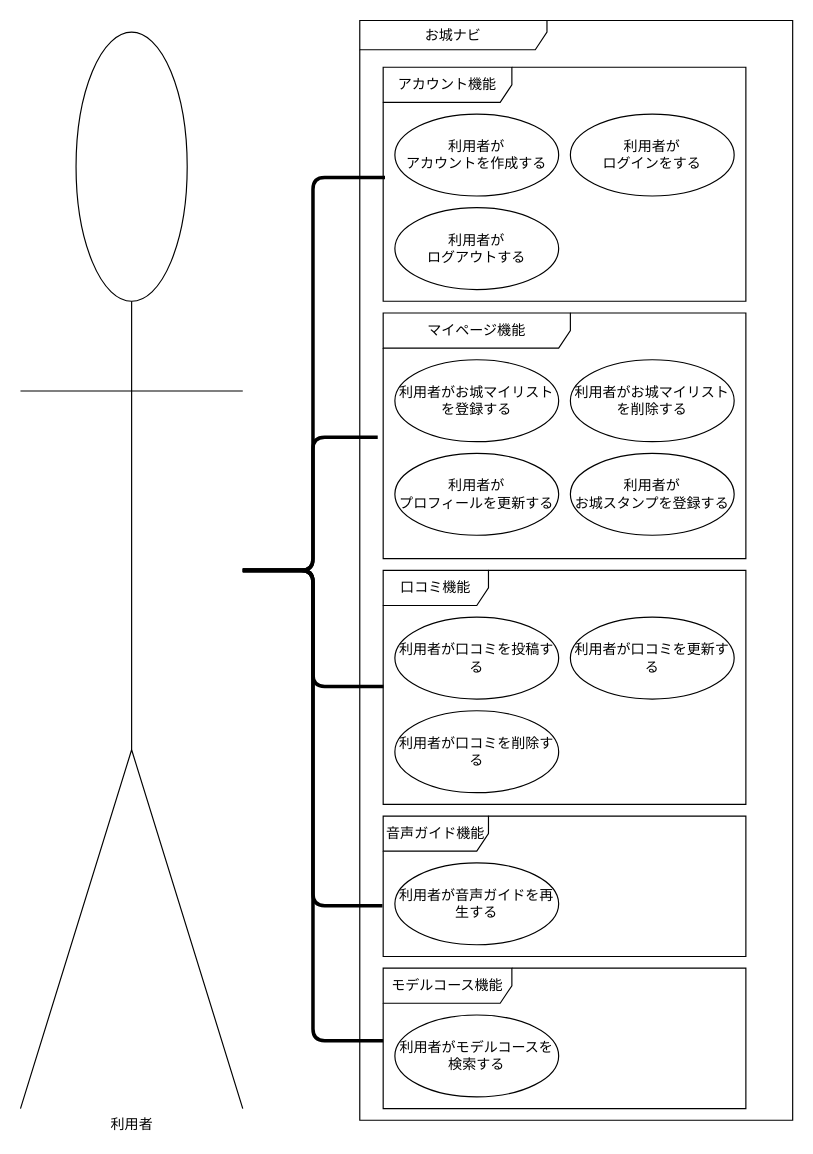
The draw.io diagram page "ユースケース図_利用者" (3 of 4) of お城/お城/設計書/お城.drawio in K-Rinrin/GroupE, before the edit. Source tidied: cells renumbered, new cells numbered last; positions are measured from the earlier drawing's top-left corner, leaving out a move shared by most shapes. Both pictures are drawn from the tidied source at 117%, with x=0, y=0 at pixel (20, 20).
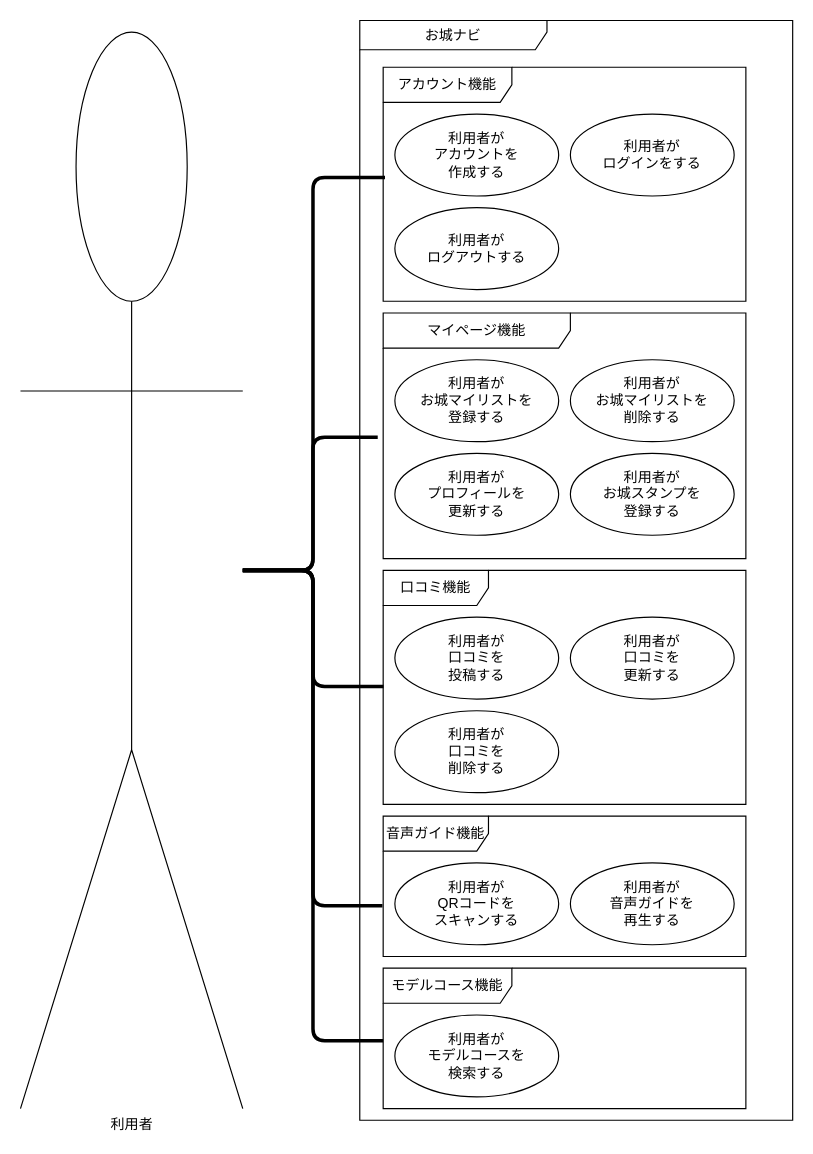
Above is the later version.

Diff of the diagram source:
```diff
@@
-    <mxCell id="4" value="利用者が&lt;br&gt;アカウントを作成する" style="ellipse;whiteSpace=wrap;html=1;" parent="1" vertex="1">
+    <mxCell id="4" value="利用者が&lt;br&gt;アカウントを&lt;br&gt;作成する" style="ellipse;whiteSpace=wrap;html=1;" parent="1" vertex="1">
       <mxGeometry x="320" y="80" width="140" height="70" as="geometry" />
     </mxCell>
@@
-    <mxCell id="8" value="利用者がお城マイリストを登録する" style="ellipse;whiteSpace=wrap;html=1;" parent="1" vertex="1">
+    <mxCell id="8" value="利用者が&lt;br&gt;お城マイリストを&lt;br&gt;登録する" style="ellipse;whiteSpace=wrap;html=1;" parent="1" vertex="1">
       <mxGeometry x="320" y="290" width="140" height="70" as="geometry" />
     </mxCell>
-    <mxCell id="9" value="&lt;span style=&quot;color: rgb(0, 0, 0);&quot;&gt;利用者がお城マイリストを削除&lt;/span&gt;&lt;span style=&quot;color: rgb(0, 0, 0); background-color: transparent;&quot;&gt;する&lt;/span&gt;" style="ellipse;whiteSpace=wrap;html=1;" parent="1" vertex="1">
+    <mxCell id="9" value="&lt;span style=&quot;color: rgb(0, 0, 0);&quot;&gt;利用者が&lt;br&gt;お城マイリストを&lt;br&gt;削除&lt;/span&gt;&lt;span style=&quot;color: rgb(0, 0, 0); background-color: transparent;&quot;&gt;する&lt;/span&gt;" style="ellipse;whiteSpace=wrap;html=1;" parent="1" vertex="1">
       <mxGeometry x="470" y="290" width="140" height="70" as="geometry" />
     </mxCell>
@@
-    <mxCell id="11" value="利用者が口コミを投稿する" style="ellipse;whiteSpace=wrap;html=1;" parent="1" vertex="1">
+    <mxCell id="11" value="利用者が&lt;br&gt;口コミを&lt;br&gt;投稿する" style="ellipse;whiteSpace=wrap;html=1;" parent="1" vertex="1">
       <mxGeometry x="320" y="510" width="140" height="70" as="geometry" />
     </mxCell>
-    <mxCell id="12" value="利用者が口コミを更新する" style="ellipse;whiteSpace=wrap;html=1;" parent="1" vertex="1">
+    <mxCell id="12" value="利用者が&lt;br&gt;口コミを&lt;br&gt;更新する" style="ellipse;whiteSpace=wrap;html=1;" parent="1" vertex="1">
       <mxGeometry x="470" y="510" width="140" height="70" as="geometry" />
     </mxCell>
-    <mxCell id="13" value="利用者が口コミを削除する" style="ellipse;whiteSpace=wrap;html=1;" parent="1" vertex="1">
+    <mxCell id="13" value="利用者が&lt;br&gt;口コミを&lt;br&gt;削除する" style="ellipse;whiteSpace=wrap;html=1;" parent="1" vertex="1">
       <mxGeometry x="320" y="590" width="140" height="70" as="geometry" />
     </mxCell>
@@
-    <mxCell id="18" value="利用者が音声ガイドを再生する" style="ellipse;whiteSpace=wrap;html=1;" parent="1" vertex="1">
+    <mxCell id="18" value="利用者が&lt;br&gt;QRコードを&lt;br&gt;スキャンする" style="ellipse;whiteSpace=wrap;html=1;" parent="1" vertex="1">
       <mxGeometry x="320" y="720" width="140" height="70" as="geometry" />
     </mxCell>
@@
-    <mxCell id="20" value="利用者がモデルコースを検索する" style="ellipse;whiteSpace=wrap;html=1;" parent="1" vertex="1">
+    <mxCell id="20" value="利用者が&lt;br&gt;モデルコースを&lt;br&gt;検索する" style="ellipse;whiteSpace=wrap;html=1;" parent="1" vertex="1">
       <mxGeometry x="320" y="850" width="140" height="70" as="geometry" />
     </mxCell>
@@
-    <mxCell id="23" value="利用者が&lt;div&gt;プロフィールを更新する&lt;/div&gt;" style="ellipse;whiteSpace=wrap;html=1;" parent="1" vertex="1">
+    <mxCell id="23" value="利用者が&lt;div&gt;プロフィールを&lt;br&gt;更新する&lt;/div&gt;" style="ellipse;whiteSpace=wrap;html=1;" parent="1" vertex="1">
       <mxGeometry x="320" y="370" width="140" height="70" as="geometry" />
     </mxCell>
-    <mxCell id="24" value="利用者が&lt;div&gt;お城スタンプを登録する&lt;/div&gt;" style="ellipse;whiteSpace=wrap;html=1;" parent="1" vertex="1">
+    <mxCell id="24" value="利用者が&lt;div&gt;お城スタンプを&lt;br&gt;登録する&lt;/div&gt;" style="ellipse;whiteSpace=wrap;html=1;" parent="1" vertex="1">
       <mxGeometry x="470" y="370" width="140" height="70" as="geometry" />
     </mxCell>
@@
+    <mxCell id="26" value="利用者が&lt;br&gt;音声ガイドを&lt;br&gt;再生する" style="ellipse;whiteSpace=wrap;html=1;" parent="1" vertex="1">
+      <mxGeometry x="470" y="720" width="140" height="70" as="geometry" />
+    </mxCell>
```
